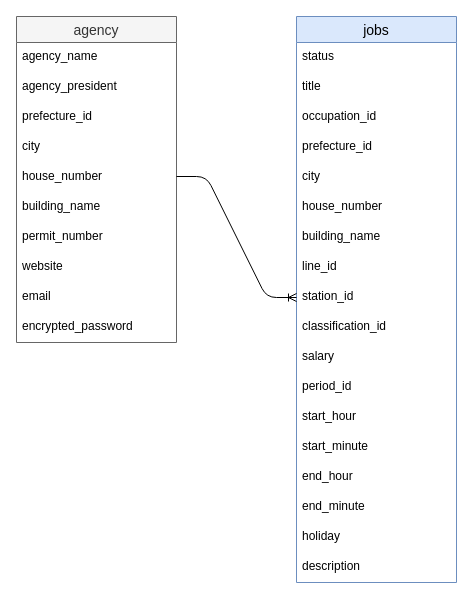
Before: page "ER図" (1 of 2) of er.dio in eiyahigaki/amatsu, a draw.io diagram. Source tidied: cells renumbered, new cells numbered last; positions are measured from the earlier drawing's top-left corner, leaving out a move shared by most shapes. Both pictures are drawn from the tidied source at 100%, with x=0, y=0 at pixel (16, 16).
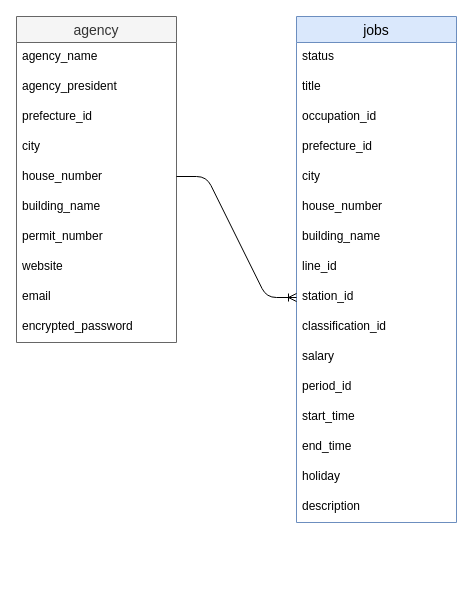
The same diagram, later.

Change to the diagram source:
```diff
@@
     <mxCell id="2" value="jobs" style="swimlane;fontStyle=0;horizontal=1;startSize=26;align=center;fontSize=14;fillColor=#dae8fc;strokeColor=#6c8ebf;fontColor=#000000;" parent="1" vertex="1">
-      <mxGeometry x="280" width="160" height="566" as="geometry" />
+      <mxGeometry x="280" width="160" height="506" as="geometry" />
     </mxCell>
@@
-    <mxCell id="15" value="start_hour" style="text;strokeColor=none;fillColor=none;spacingLeft=4;spacingRight=4;overflow=hidden;fontSize=12;" parent="2" vertex="1">
+    <mxCell id="15" value="start_time" style="text;strokeColor=none;fillColor=none;spacingLeft=4;spacingRight=4;overflow=hidden;fontSize=12;" parent="2" vertex="1">
       <mxGeometry y="386" width="160" height="30" as="geometry" />
     </mxCell>
-    <mxCell id="16" value="start_minute" style="text;strokeColor=none;fillColor=none;spacingLeft=4;spacingRight=4;overflow=hidden;fontSize=12;" parent="2" vertex="1">
-      <mxGeometry y="416" width="160" height="30" as="geometry" />
-    </mxCell>
-    <mxCell id="17" value="end_hour" style="text;strokeColor=none;fillColor=none;spacingLeft=4;spacingRight=4;overflow=hidden;fontSize=12;" parent="2" vertex="1">
-      <mxGeometry y="446" width="160" height="30" as="geometry" />
+    <mxCell id="17" value="end_time" style="text;strokeColor=none;fillColor=none;spacingLeft=4;spacingRight=4;overflow=hidden;fontSize=12;" parent="2" vertex="1">
+      <mxGeometry y="416" width="160" height="30" as="geometry" />
     </mxCell>
-    <mxCell id="18" value="end_minute" style="text;strokeColor=none;fillColor=none;spacingLeft=4;spacingRight=4;overflow=hidden;fontSize=12;" parent="2" vertex="1">
-      <mxGeometry y="476" width="160" height="30" as="geometry" />
-    </mxCell>
     <mxCell id="19" value="holiday" style="text;strokeColor=none;fillColor=none;spacingLeft=4;spacingRight=4;overflow=hidden;fontSize=12;" parent="2" vertex="1">
-      <mxGeometry y="506" width="160" height="30" as="geometry" />
+      <mxGeometry y="446" width="160" height="30" as="geometry" />
     </mxCell>
     <mxCell id="20" value="description" style="text;strokeColor=none;fillColor=none;spacingLeft=4;spacingRight=4;overflow=hidden;fontSize=12;" parent="2" vertex="1">
-      <mxGeometry y="536" width="160" height="30" as="geometry" />
+      <mxGeometry y="476" width="160" height="30" as="geometry" />
     </mxCell>
```
